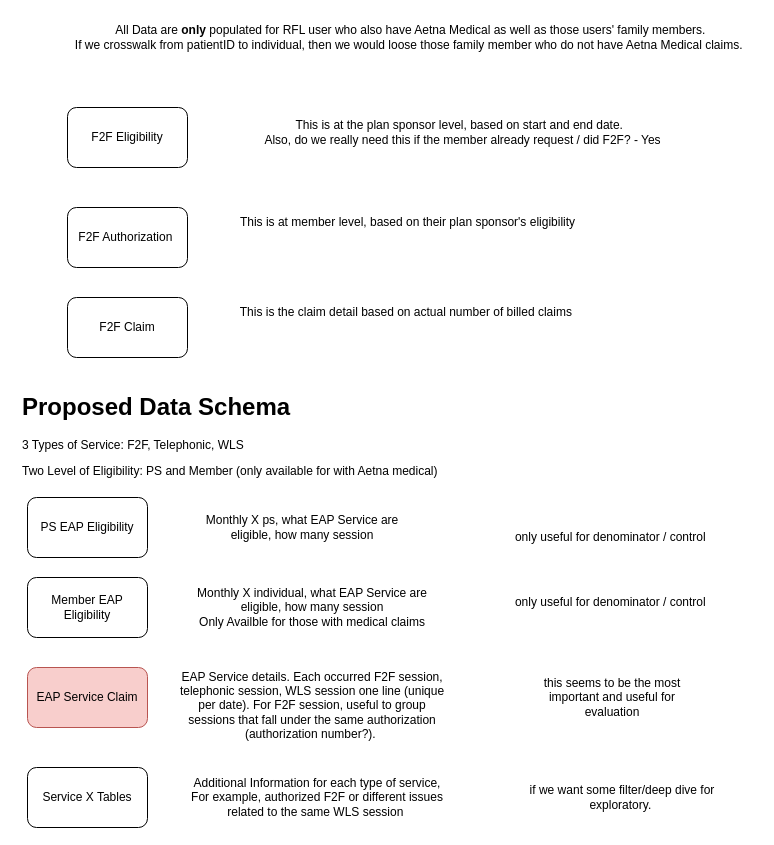
Earlier version of the draw.io diagram rfl.drawio (miaow27/miaow27). Source tidied: cells renumbered, new cells numbered last; positions are measured from the earlier drawing's top-left corner, leaving out a move shared by most shapes. Both pictures are drawn from the tidied source at 100%, with x=0, y=0 at pixel (17, 17).
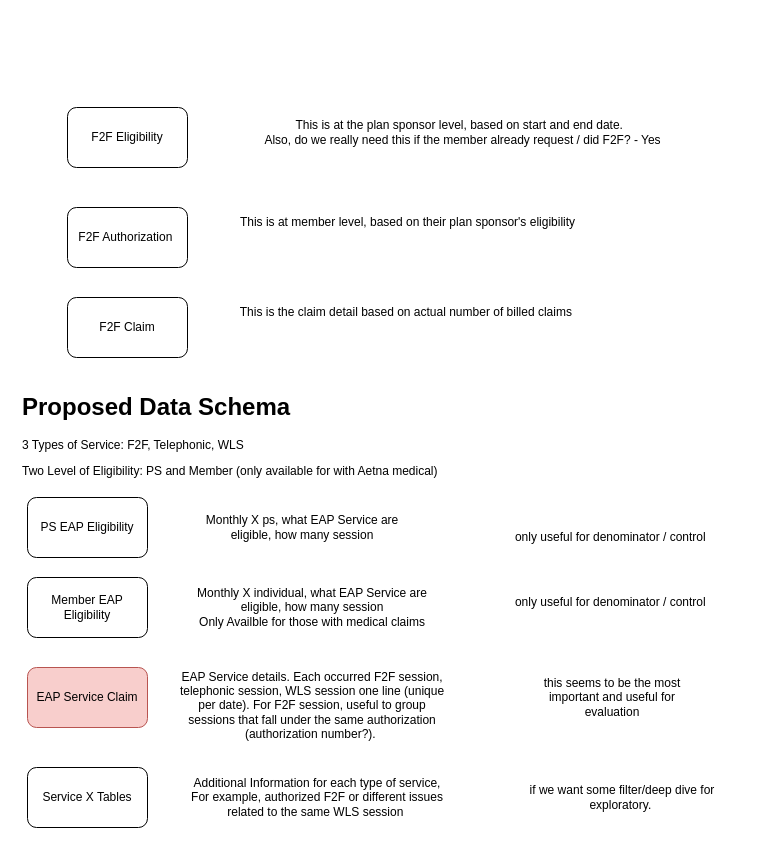
The same diagram, later.

Diff of the diagram source:
```diff
@@
-    <mxCell id="21" value="All Data are &lt;b&gt;only &lt;/b&gt;populated for RFL user who also have Aetna Medical as well as those users' family members.&amp;nbsp;&lt;br&gt;If we crosswalk from patientID to individual, then we would loose those family member who do not have Aetna Medical claims.&amp;nbsp;&amp;nbsp;" style="text;html=1;strokeColor=none;fillColor=none;align=center;verticalAlign=middle;whiteSpace=wrap;rounded=0;" parent="1" vertex="1">
-      <mxGeometry x="50" width="690" height="40" as="geometry" />
-    </mxCell>
```
